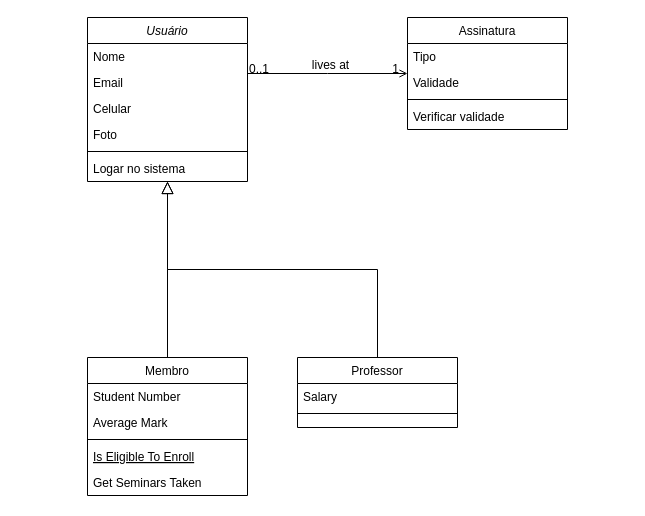
This is Diagrama sem nome.drawio from dan-freire/escalamm, a draw.io file, before an edit. Source tidied: cells renumbered, new cells numbered last; positions are measured from the earlier drawing's top-left corner, leaving out a move shared by most shapes. Both pictures are drawn from the tidied source at 100%, with x=0, y=0 at pixel (87, 17).
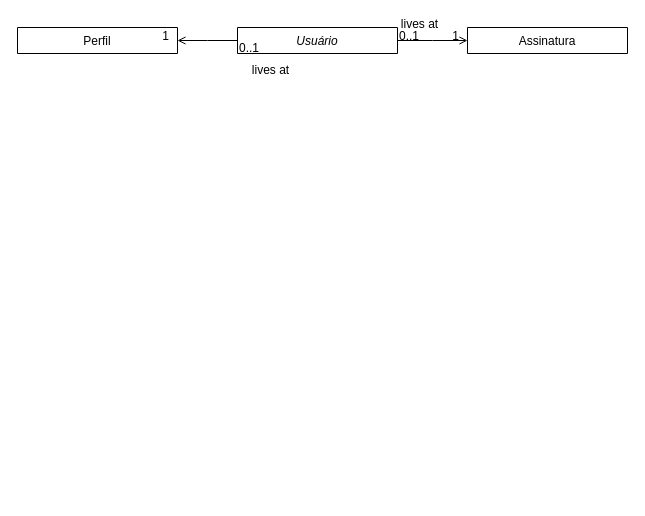
The same page after the edit.

Commit message:
Alteração no Diagrama de classes

The change refers to these unchanged cells:
```xml
<mxCell id="25" style="endArrow=open;shadow=0;strokeWidth=1;rounded=0;curved=0;endFill=1;edgeStyle=elbowEdgeStyle;elbow=vertical;" parent="1" edge="1" source="2" target="20">
  <mxGeometry x="0.5" y="41" relative="1" as="geometry">
    <mxPoint x="-40" y="32" as="offset" />
  </mxGeometry>
</mxCell>
```

What changed in the source:
```diff
@@
-    <mxCell id="2" value="Usuário" style="swimlane;fontStyle=2;align=center;verticalAlign=top;horizontal=1;startSize=26;rounded=0;shadow=0;strokeWidth=1;" parent="1" vertex="1">
-      <mxGeometry width="160" height="164" as="geometry" />
+    <mxCell id="2" value="Usuário" style="swimlane;fontStyle=2;align=center;verticalAlign=top;horizontal=1;startSize=26;rounded=0;shadow=0;strokeWidth=1;" parent="1" vertex="1" collapsed="1">
+      <mxGeometry x="150" y="10" width="160" height="26" as="geometry" />
     </mxCell>
-    <mxCell id="3" value="Nome" style="text;align=left;verticalAlign=top;spacingLeft=4;spacingRight=4;overflow=hidden;" parent="2" vertex="1">
-      <mxGeometry y="26" width="160" height="26" as="geometry" />
-    </mxCell>
-    <mxCell id="4" value="Email" style="text;align=left;verticalAlign=top;spacingLeft=4;spacingRight=4;overflow=hidden;rounded=0;shadow=0;html=0;" parent="2" vertex="1">
-      <mxGeometry y="52" width="160" height="26" as="geometry" />
-    </mxCell>
-    <mxCell id="5" value="Celular" style="text;align=left;verticalAlign=top;spacingLeft=4;spacingRight=4;overflow=hidden;rounded=0;shadow=0;html=0;" parent="2" vertex="1">
-      <mxGeometry y="78" width="160" height="26" as="geometry" />
-    </mxCell>
-    <mxCell id="6" value="Foto" style="text;align=left;verticalAlign=top;spacingLeft=4;spacingRight=4;overflow=hidden;rounded=0;shadow=0;html=0;" parent="2" vertex="1">
-      <mxGeometry y="104" width="160" height="26" as="geometry" />
-    </mxCell>
-    <mxCell id="7" style="line;html=1;strokeWidth=1;align=left;verticalAlign=middle;spacingTop=-1;spacingLeft=3;spacingRight=3;labelPosition=right;" parent="2" vertex="1">
-      <mxGeometry y="130" width="160" height="8" as="geometry" />
-    </mxCell>
-    <mxCell id="8" value="Logar no sistema" style="text;align=left;verticalAlign=top;spacingLeft=4;spacingRight=4;overflow=hidden;" parent="2" vertex="1">
-      <mxGeometry y="138" width="160" height="26" as="geometry" />
-    </mxCell>
-    <mxCell id="9" value="Membro" style="swimlane;fontStyle=0;align=center;verticalAlign=top;horizontal=1;startSize=26;rounded=0;shadow=0;strokeWidth=1;" parent="1" vertex="1">
-      <mxGeometry y="340" width="160" height="138" as="geometry" />
+    <mxCell id="9" value="Perfil" style="swimlane;fontStyle=0;align=center;verticalAlign=top;horizontal=1;startSize=26;rounded=0;shadow=0;strokeWidth=1;" parent="1" vertex="1" collapsed="1">
+      <mxGeometry x="-70" y="10" width="160" height="26" as="geometry" />
     </mxCell>
-    <mxCell id="10" value="Student Number" style="text;align=left;verticalAlign=top;spacingLeft=4;spacingRight=4;overflow=hidden;" parent="9" vertex="1">
-      <mxGeometry y="26" width="160" height="26" as="geometry" />
-    </mxCell>
-    <mxCell id="11" value="Average Mark" style="text;align=left;verticalAlign=top;spacingLeft=4;spacingRight=4;overflow=hidden;rounded=0;shadow=0;html=0;" parent="9" vertex="1">
-      <mxGeometry y="52" width="160" height="26" as="geometry" />
-    </mxCell>
-    <mxCell id="12" style="line;html=1;strokeWidth=1;align=left;verticalAlign=middle;spacingTop=-1;spacingLeft=3;spacingRight=3;labelPosition=right;" parent="9" vertex="1">
-      <mxGeometry y="78" width="160" height="8" as="geometry" />
-    </mxCell>
-    <mxCell id="13" value="Is Eligible To Enroll" style="text;align=left;verticalAlign=top;spacingLeft=4;spacingRight=4;overflow=hidden;fontStyle=4;" parent="9" vertex="1">
-      <mxGeometry y="86" width="160" height="26" as="geometry" />
-    </mxCell>
-    <mxCell id="14" value="Get Seminars Taken" style="text;align=left;verticalAlign=top;spacingLeft=4;spacingRight=4;overflow=hidden;" parent="9" vertex="1">
-      <mxGeometry y="112" width="160" height="26" as="geometry" />
-    </mxCell>
-    <mxCell id="15" style="endArrow=block;endSize=10;endFill=0;shadow=0;strokeWidth=1;rounded=0;curved=0;edgeStyle=elbowEdgeStyle;elbow=vertical;" parent="1" edge="1" source="9" target="2">
-      <mxGeometry relative="1" as="geometry" />
-    </mxCell>
-    <mxCell id="16" value="Professor" style="swimlane;fontStyle=0;align=center;verticalAlign=top;horizontal=1;startSize=26;rounded=0;shadow=0;strokeWidth=1;" parent="1" vertex="1">
-      <mxGeometry x="210" y="340" width="160" height="70" as="geometry" />
-    </mxCell>
-    <mxCell id="17" value="Salary" style="text;align=left;verticalAlign=top;spacingLeft=4;spacingRight=4;overflow=hidden;" parent="16" vertex="1">
-      <mxGeometry y="26" width="160" height="26" as="geometry" />
-    </mxCell>
-    <mxCell id="18" style="line;html=1;strokeWidth=1;align=left;verticalAlign=middle;spacingTop=-1;spacingLeft=3;spacingRight=3;labelPosition=right;" parent="16" vertex="1">
-      <mxGeometry y="52" width="160" height="8" as="geometry" />
-    </mxCell>
-    <mxCell id="19" style="endArrow=block;endSize=10;endFill=0;shadow=0;strokeWidth=1;rounded=0;curved=0;edgeStyle=elbowEdgeStyle;elbow=vertical;" parent="1" edge="1" source="16" target="2">
-      <mxGeometry relative="1" as="geometry" />
-    </mxCell>
-    <mxCell id="20" value="Assinatura" style="swimlane;fontStyle=0;align=center;verticalAlign=top;horizontal=1;startSize=26;rounded=0;shadow=0;strokeWidth=1;direction=east;" parent="1" vertex="1">
-      <mxGeometry x="320" width="160" height="112" as="geometry" />
+    <mxCell id="20" value="Assinatura" style="swimlane;fontStyle=0;align=center;verticalAlign=top;horizontal=1;startSize=26;rounded=0;shadow=0;strokeWidth=1;direction=east;" parent="1" vertex="1" collapsed="1">
+      <mxGeometry x="380" y="10" width="160" height="26" as="geometry" />
     </mxCell>
-    <mxCell id="21" value="Tipo" style="text;align=left;verticalAlign=top;spacingLeft=4;spacingRight=4;overflow=hidden;" parent="20" vertex="1">
-      <mxGeometry y="26" width="160" height="26" as="geometry" />
-    </mxCell>
-    <mxCell id="22" value="Validade" style="text;align=left;verticalAlign=top;spacingLeft=4;spacingRight=4;overflow=hidden;rounded=0;shadow=0;html=0;" parent="20" vertex="1">
-      <mxGeometry y="52" width="160" height="26" as="geometry" />
-    </mxCell>
-    <mxCell id="23" style="line;html=1;strokeWidth=1;align=left;verticalAlign=middle;spacingTop=-1;spacingLeft=3;spacingRight=3;labelPosition=right;" parent="20" vertex="1">
-      <mxGeometry y="78" width="160" height="8" as="geometry" />
-    </mxCell>
-    <mxCell id="24" value="Verificar validade" style="text;align=left;verticalAlign=top;spacingLeft=4;spacingRight=4;overflow=hidden;" parent="20" vertex="1">
-      <mxGeometry y="86" width="160" height="26" as="geometry" />
-    </mxCell>
@@
     <mxCell id="28" value="lives at" style="text;html=1;align=center;verticalAlign=middle;labelBackgroundColor=none;rounded=0;shadow=0;strokeWidth=1;fontSize=12;" parent="25" vertex="1">
       <mxGeometry x="0.5" y="49" relative="1" as="geometry">
-        <mxPoint x="-38" y="40" as="offset" />
+        <mxPoint x="-32" y="32" as="offset" />
       </mxGeometry>
     </mxCell>
+    <mxCell id="29" style="endArrow=open;shadow=0;strokeWidth=1;rounded=0;curved=0;endFill=1;edgeStyle=elbowEdgeStyle;elbow=vertical;" parent="1" edge="1" source="2" target="9">
+      <mxGeometry x="0.5" y="41" relative="1" as="geometry">
+        <mxPoint x="-40" y="32" as="offset" />
+      </mxGeometry>
+    </mxCell>
+    <mxCell id="30" value="0..1" style="align=left;verticalAlign=bottom;labelBackgroundColor=none;fontSize=12;" parent="29" vertex="1">
+      <mxGeometry x="-1" relative="1" as="geometry">
+        <mxPoint y="16" as="offset" />
+      </mxGeometry>
+    </mxCell>
+    <mxCell id="31" value="1" style="align=right;verticalAlign=bottom;labelBackgroundColor=none;fontSize=12;" parent="29" vertex="1">
+      <mxGeometry x="1" relative="1" as="geometry">
+        <mxPoint x="-7" y="4" as="offset" />
+      </mxGeometry>
+    </mxCell>
+    <mxCell id="32" value="lives at" style="text;html=1;align=center;verticalAlign=middle;labelBackgroundColor=none;rounded=0;shadow=0;strokeWidth=1;fontSize=12;" parent="1" vertex="1">
+      <mxGeometry x="182" y="52" as="geometry" />
+    </mxCell>
```
